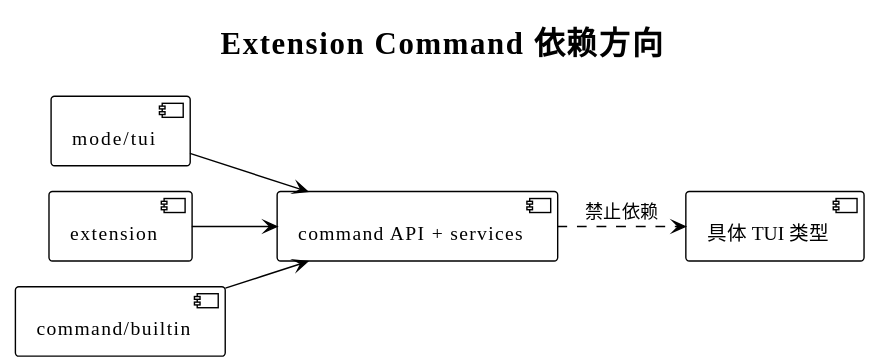
superheromeZzh/pi-mono-java-design keeps this PlantUML diagram as diagrams/extension-command/15-dependency-direction.svg. Above is the earlier version. Its diagram source:
```plantuml
@startuml
!theme plain
!pragma layout smetana
skinparam defaultFontName "PingFang SC"
skinparam shadowing false
skinparam backgroundColor transparent
title Extension Command 依赖方向

left to right direction
component "mode/tui" as tui
component "command API + services" as command
component extension
component "command/builtin" as builtin
component "具体 TUI 类型" as noTui

tui --> command
extension --> command
builtin --> command
command ..> noTui : 禁止依赖
@enduml
```
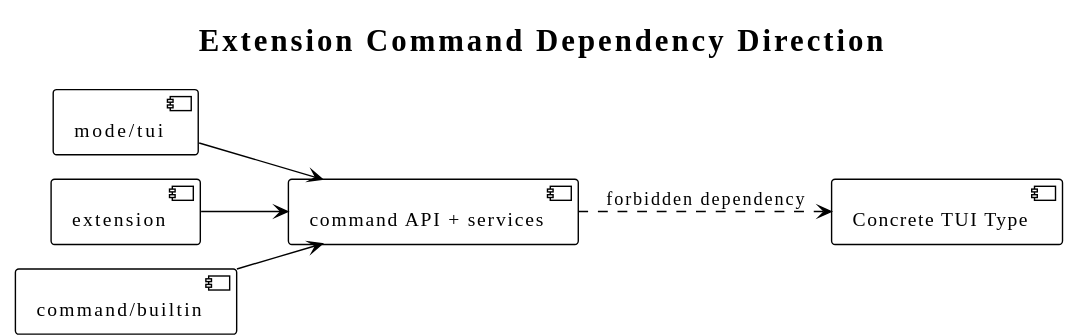
Later version of the same file.

The edit, as a diff of the source:
```diff
@@ -1,20 +1,20 @@
 @startuml
 !theme plain
 !pragma layout smetana
-skinparam defaultFontName "PingFang SC"
+skinparam defaultFontName "SansSerif"
 skinparam shadowing false
 skinparam backgroundColor transparent
-title Extension Command 依赖方向
+title Extension Command Dependency Direction
 
 left to right direction
 component "mode/tui" as tui
 component "command API + services" as command
 component extension
 component "command/builtin" as builtin
-component "具体 TUI 类型" as noTui
+component "Concrete TUI Type" as noTui
 
 tui --> command
 extension --> command
 builtin --> command
-command ..> noTui : 禁止依赖
+command ..> noTui : forbidden dependency
 @enduml
```
